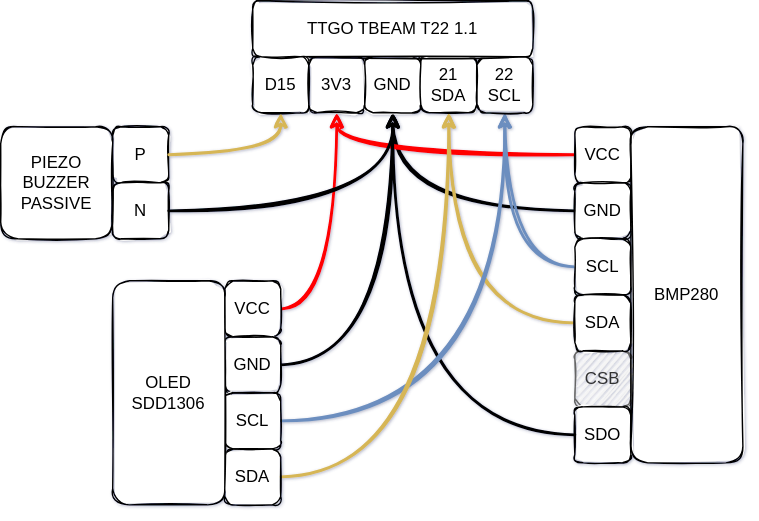
Before: docs/tbeam_1.drawio.svg, a diagram exported from draw.io (flavioti/vario). Source tidied: cells renumbered, new cells last; positions are measured from the earlier drawing's top-left corner, leaving out a move shared by most shapes. Source of this version:
```xml
<mxGraphModel shadow="1">
  <root>
    <mxCell id="0" />
    <mxCell id="1" parent="0" />
    <mxCell id="2" style="edgeStyle=orthogonalEdgeStyle;jettySize=auto;html=1;strokeWidth=2;curved=1;sketch=1;" parent="1" edge="1" source="19" target="32">
      <mxGeometry relative="1" as="geometry" />
    </mxCell>
    <mxCell id="3" style="edgeStyle=orthogonalEdgeStyle;jettySize=auto;html=1;strokeWidth=2;fillColor=#dae8fc;curved=1;sketch=1;" parent="1" edge="1" source="21" target="32">
      <mxGeometry relative="1" as="geometry" />
    </mxCell>
    <mxCell id="4" style="edgeStyle=orthogonalEdgeStyle;jettySize=auto;html=1;fillColor=#d5e8d4;strokeWidth=2;strokeColor=#FF0000;curved=1;sketch=1;" parent="1" edge="1" source="20" target="31">
      <mxGeometry relative="1" as="geometry" />
    </mxCell>
    <mxCell id="5" style="edgeStyle=orthogonalEdgeStyle;jettySize=auto;html=1;strokeColor=#6c8ebf;strokeWidth=2;entryX=0.5;entryY=1;entryDx=0;entryDy=0;fillColor=#dae8fc;curved=1;sketch=1;" parent="1" edge="1" source="22" target="34">
      <mxGeometry relative="1" as="geometry" />
    </mxCell>
    <mxCell id="6" style="edgeStyle=orthogonalEdgeStyle;jettySize=auto;html=1;strokeColor=#d6b656;strokeWidth=2;fillColor=#fff2cc;curved=1;sketch=1;" parent="1" edge="1" source="23" target="33">
      <mxGeometry relative="1" as="geometry" />
    </mxCell>
    <mxCell id="7" style="edgeStyle=orthogonalEdgeStyle;jettySize=auto;html=1;strokeColor=#FF0000;strokeWidth=2;curved=1;sketch=1;" parent="1" edge="1" source="12" target="31">
      <mxGeometry relative="1" as="geometry" />
    </mxCell>
    <mxCell id="8" style="edgeStyle=orthogonalEdgeStyle;jettySize=auto;html=1;strokeWidth=2;curved=1;sketch=1;" parent="1" edge="1" source="13" target="32">
      <mxGeometry relative="1" as="geometry" />
    </mxCell>
    <mxCell id="9" style="edgeStyle=orthogonalEdgeStyle;jettySize=auto;html=1;strokeWidth=2;curved=1;strokeColor=#6C8EBF;sketch=1;" parent="1" edge="1" source="14" target="34">
      <mxGeometry relative="1" as="geometry" />
    </mxCell>
    <mxCell id="10" style="edgeStyle=orthogonalEdgeStyle;jettySize=auto;html=1;entryX=0.5;entryY=1;entryDx=0;entryDy=0;strokeWidth=2;curved=1;strokeColor=#D6B656;sketch=1;" parent="1" edge="1" source="15" target="33">
      <mxGeometry relative="1" as="geometry" />
    </mxCell>
    <mxCell id="11" style="group;rounded=1;sketch=1;" parent="1" vertex="1">
      <mxGeometry x="80" y="200" width="120" height="160" as="geometry" />
    </mxCell>
    <mxCell id="12" value="VCC" style="whiteSpace=wrap;html=1;rounded=1;sketch=1;" parent="11" vertex="1">
      <mxGeometry x="80" width="40" height="40" as="geometry" />
    </mxCell>
    <mxCell id="13" value="GND" style="whiteSpace=wrap;html=1;rounded=1;sketch=1;" parent="11" vertex="1">
      <mxGeometry x="80" y="40" width="40" height="40" as="geometry" />
    </mxCell>
    <mxCell id="14" value="SCL" style="whiteSpace=wrap;html=1;rounded=1;sketch=1;" parent="11" vertex="1">
      <mxGeometry x="80" y="80" width="40" height="40" as="geometry" />
    </mxCell>
    <mxCell id="15" value="SDA" style="whiteSpace=wrap;html=1;rounded=1;sketch=1;" parent="11" vertex="1">
      <mxGeometry x="80" y="120" width="40" height="40" as="geometry" />
    </mxCell>
    <mxCell id="16" value="OLED&lt;br&gt;SDD1306" style="whiteSpace=wrap;html=1;rounded=1;sketch=1;" parent="11" vertex="1">
      <mxGeometry width="80" height="160" as="geometry" />
    </mxCell>
    <mxCell id="17" style="group;rounded=1;sketch=1;" parent="1" vertex="1">
      <mxGeometry x="410" y="90" width="120" height="240" as="geometry" />
    </mxCell>
    <mxCell id="18" value="CSB" style="whiteSpace=wrap;html=1;rounded=1;sketch=1;fillColor=#f5f5f5;strokeColor=#666666;fontColor=#333333;" parent="17" vertex="1">
      <mxGeometry y="160" width="40" height="40" as="geometry" />
    </mxCell>
    <mxCell id="19" value="SDO" style="whiteSpace=wrap;html=1;rounded=1;sketch=1;" parent="17" vertex="1">
      <mxGeometry y="200" width="40" height="40" as="geometry" />
    </mxCell>
    <mxCell id="20" value="VCC" style="whiteSpace=wrap;html=1;rounded=1;sketch=1;" parent="17" vertex="1">
      <mxGeometry width="40" height="40" as="geometry" />
    </mxCell>
    <mxCell id="21" value="GND" style="whiteSpace=wrap;html=1;rounded=1;sketch=1;" parent="17" vertex="1">
      <mxGeometry y="40" width="40" height="40" as="geometry" />
    </mxCell>
    <mxCell id="22" value="SCL" style="whiteSpace=wrap;html=1;rounded=1;sketch=1;" parent="17" vertex="1">
      <mxGeometry y="80" width="40" height="40" as="geometry" />
    </mxCell>
    <mxCell id="23" value="SDA" style="whiteSpace=wrap;html=1;rounded=1;sketch=1;" parent="17" vertex="1">
      <mxGeometry y="120" width="40" height="40" as="geometry" />
    </mxCell>
    <mxCell id="24" value="BMP280" style="whiteSpace=wrap;html=1;rounded=1;sketch=1;" parent="17" vertex="1">
      <mxGeometry x="40" width="80" height="240" as="geometry" />
    </mxCell>
    <mxCell id="25" style="group;" parent="1" vertex="1">
      <mxGeometry y="90" width="120" height="80" as="geometry" />
    </mxCell>
    <mxCell id="26" value="P" style="whiteSpace=wrap;html=1;rounded=1;sketch=1;" parent="25" vertex="1">
      <mxGeometry x="80" width="40" height="40" as="geometry" />
    </mxCell>
    <mxCell id="27" value="N" style="whiteSpace=wrap;html=1;rounded=1;sketch=1;" parent="25" vertex="1">
      <mxGeometry x="80" y="40" width="40" height="40" as="geometry" />
    </mxCell>
    <mxCell id="28" value="PIEZO BUZZER PASSIVE" style="whiteSpace=wrap;html=1;rounded=1;sketch=1;" parent="25" vertex="1">
      <mxGeometry width="80" height="80" as="geometry" />
    </mxCell>
    <mxCell id="29" style="edgeStyle=orthogonalEdgeStyle;jettySize=auto;html=1;strokeWidth=2;curved=1;sketch=1;" parent="1" edge="1" source="27" target="32">
      <mxGeometry relative="1" as="geometry" />
    </mxCell>
    <mxCell id="30" style="group;" parent="1" vertex="1">
      <mxGeometry x="180" width="200" height="80" as="geometry" />
    </mxCell>
    <mxCell id="31" value="3V3" style="whiteSpace=wrap;html=1;rounded=1;sketch=1;" parent="30" vertex="1">
      <mxGeometry x="40" y="40" width="40" height="40" as="geometry" />
    </mxCell>
    <mxCell id="32" value="GND" style="whiteSpace=wrap;html=1;rounded=1;sketch=1;" parent="30" vertex="1">
      <mxGeometry x="80" y="40" width="40" height="40" as="geometry" />
    </mxCell>
    <mxCell id="33" value="21&lt;br&gt;SDA" style="whiteSpace=wrap;html=1;rounded=1;sketch=1;" parent="30" vertex="1">
      <mxGeometry x="120" y="40" width="40" height="40" as="geometry" />
    </mxCell>
    <mxCell id="34" value="22&lt;br&gt;SCL" style="whiteSpace=wrap;html=1;rounded=1;sketch=1;" parent="30" vertex="1">
      <mxGeometry x="160" y="40" width="40" height="40" as="geometry" />
    </mxCell>
    <mxCell id="35" value="TTGO TBEAM T22 1.1" style="whiteSpace=wrap;html=1;rounded=1;sketch=1;" parent="30" vertex="1">
      <mxGeometry width="200" height="40" as="geometry" />
    </mxCell>
    <mxCell id="36" value="D15" style="whiteSpace=wrap;html=1;rounded=1;sketch=1;" parent="30" vertex="1">
      <mxGeometry y="40" width="40" height="40" as="geometry" />
    </mxCell>
    <mxCell id="37" style="edgeStyle=orthogonalEdgeStyle;jettySize=auto;html=1;strokeWidth=2;curved=1;strokeColor=#D6B656;sketch=1;" parent="1" edge="1" source="26" target="36">
      <mxGeometry relative="1" as="geometry" />
    </mxCell>
  </root>
</mxGraphModel>
```
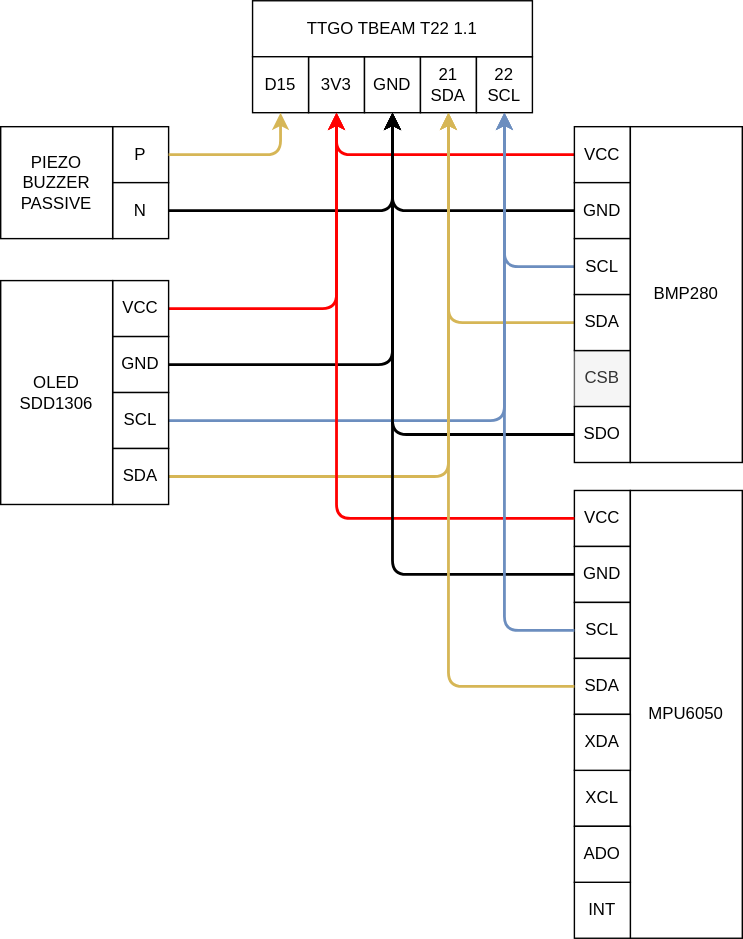
Later version of the same file.

Commit message:
add mpu6050 sensor do diagram

Change to the diagram source:
```diff
@@ -1,114 +1,153 @@
-<mxGraphModel shadow="1">
+<mxGraphModel>
   <root>
     <mxCell id="0" />
     <mxCell id="1" parent="0" />
-    <mxCell id="2" style="edgeStyle=orthogonalEdgeStyle;jettySize=auto;html=1;strokeWidth=2;curved=1;sketch=1;" parent="1" edge="1" source="19" target="32">
+    <mxCell id="2" style="edgeStyle=orthogonalEdgeStyle;jettySize=auto;html=1;strokeWidth=2;" parent="1" edge="1" source="19" target="32">
       <mxGeometry relative="1" as="geometry" />
     </mxCell>
-    <mxCell id="3" style="edgeStyle=orthogonalEdgeStyle;jettySize=auto;html=1;strokeWidth=2;fillColor=#dae8fc;curved=1;sketch=1;" parent="1" edge="1" source="21" target="32">
+    <mxCell id="3" style="edgeStyle=orthogonalEdgeStyle;jettySize=auto;html=1;strokeWidth=2;fillColor=#dae8fc;" parent="1" edge="1" source="21" target="32">
       <mxGeometry relative="1" as="geometry" />
     </mxCell>
-    <mxCell id="4" style="edgeStyle=orthogonalEdgeStyle;jettySize=auto;html=1;fillColor=#d5e8d4;strokeWidth=2;strokeColor=#FF0000;curved=1;sketch=1;" parent="1" edge="1" source="20" target="31">
+    <mxCell id="4" style="edgeStyle=orthogonalEdgeStyle;jettySize=auto;html=1;fillColor=#d5e8d4;strokeWidth=2;strokeColor=#FF0000;" parent="1" edge="1" source="20" target="31">
       <mxGeometry relative="1" as="geometry" />
     </mxCell>
-    <mxCell id="5" style="edgeStyle=orthogonalEdgeStyle;jettySize=auto;html=1;strokeColor=#6c8ebf;strokeWidth=2;entryX=0.5;entryY=1;entryDx=0;entryDy=0;fillColor=#dae8fc;curved=1;sketch=1;" parent="1" edge="1" source="22" target="34">
+    <mxCell id="5" style="edgeStyle=orthogonalEdgeStyle;jettySize=auto;html=1;strokeColor=#6c8ebf;strokeWidth=2;entryX=0.5;entryY=1;entryDx=0;entryDy=0;fillColor=#dae8fc;" parent="1" edge="1" source="22" target="34">
       <mxGeometry relative="1" as="geometry" />
     </mxCell>
-    <mxCell id="6" style="edgeStyle=orthogonalEdgeStyle;jettySize=auto;html=1;strokeColor=#d6b656;strokeWidth=2;fillColor=#fff2cc;curved=1;sketch=1;" parent="1" edge="1" source="23" target="33">
+    <mxCell id="6" style="edgeStyle=orthogonalEdgeStyle;jettySize=auto;html=1;strokeColor=#d6b656;strokeWidth=2;fillColor=#fff2cc;" parent="1" edge="1" source="23" target="33">
       <mxGeometry relative="1" as="geometry" />
     </mxCell>
-    <mxCell id="7" style="edgeStyle=orthogonalEdgeStyle;jettySize=auto;html=1;strokeColor=#FF0000;strokeWidth=2;curved=1;sketch=1;" parent="1" edge="1" source="12" target="31">
+    <mxCell id="7" style="edgeStyle=orthogonalEdgeStyle;jettySize=auto;html=1;strokeColor=#FF0000;strokeWidth=2;" parent="1" edge="1" source="12" target="31">
       <mxGeometry relative="1" as="geometry" />
     </mxCell>
-    <mxCell id="8" style="edgeStyle=orthogonalEdgeStyle;jettySize=auto;html=1;strokeWidth=2;curved=1;sketch=1;" parent="1" edge="1" source="13" target="32">
+    <mxCell id="8" style="edgeStyle=orthogonalEdgeStyle;jettySize=auto;html=1;strokeWidth=2;" parent="1" edge="1" source="13" target="32">
       <mxGeometry relative="1" as="geometry" />
     </mxCell>
-    <mxCell id="9" style="edgeStyle=orthogonalEdgeStyle;jettySize=auto;html=1;strokeWidth=2;curved=1;strokeColor=#6C8EBF;sketch=1;" parent="1" edge="1" source="14" target="34">
+    <mxCell id="9" style="edgeStyle=orthogonalEdgeStyle;jettySize=auto;html=1;strokeWidth=2;strokeColor=#6C8EBF;" parent="1" edge="1" source="14" target="34">
       <mxGeometry relative="1" as="geometry" />
     </mxCell>
-    <mxCell id="10" style="edgeStyle=orthogonalEdgeStyle;jettySize=auto;html=1;entryX=0.5;entryY=1;entryDx=0;entryDy=0;strokeWidth=2;curved=1;strokeColor=#D6B656;sketch=1;" parent="1" edge="1" source="15" target="33">
+    <mxCell id="10" style="edgeStyle=orthogonalEdgeStyle;jettySize=auto;html=1;entryX=0.5;entryY=1;entryDx=0;entryDy=0;strokeWidth=2;strokeColor=#D6B656;" parent="1" edge="1" source="15" target="33">
       <mxGeometry relative="1" as="geometry" />
     </mxCell>
-    <mxCell id="11" style="group;rounded=1;sketch=1;" parent="1" vertex="1">
-      <mxGeometry x="80" y="200" width="120" height="160" as="geometry" />
+    <mxCell id="11" style="group;" parent="1" vertex="1">
+      <mxGeometry y="200" width="120" height="160" as="geometry" />
     </mxCell>
-    <mxCell id="12" value="VCC" style="whiteSpace=wrap;html=1;rounded=1;sketch=1;" parent="11" vertex="1">
+    <mxCell id="12" value="VCC" style="whiteSpace=wrap;html=1;" parent="11" vertex="1">
       <mxGeometry x="80" width="40" height="40" as="geometry" />
     </mxCell>
-    <mxCell id="13" value="GND" style="whiteSpace=wrap;html=1;rounded=1;sketch=1;" parent="11" vertex="1">
+    <mxCell id="13" value="GND" style="whiteSpace=wrap;html=1;" parent="11" vertex="1">
       <mxGeometry x="80" y="40" width="40" height="40" as="geometry" />
     </mxCell>
-    <mxCell id="14" value="SCL" style="whiteSpace=wrap;html=1;rounded=1;sketch=1;" parent="11" vertex="1">
+    <mxCell id="14" value="SCL" style="whiteSpace=wrap;html=1;" parent="11" vertex="1">
       <mxGeometry x="80" y="80" width="40" height="40" as="geometry" />
     </mxCell>
-    <mxCell id="15" value="SDA" style="whiteSpace=wrap;html=1;rounded=1;sketch=1;" parent="11" vertex="1">
+    <mxCell id="15" value="SDA" style="whiteSpace=wrap;html=1;" parent="11" vertex="1">
       <mxGeometry x="80" y="120" width="40" height="40" as="geometry" />
     </mxCell>
-    <mxCell id="16" value="OLED&lt;br&gt;SDD1306" style="whiteSpace=wrap;html=1;rounded=1;sketch=1;" parent="11" vertex="1">
+    <mxCell id="16" value="OLED&lt;br&gt;SDD1306" style="whiteSpace=wrap;html=1;" parent="11" vertex="1">
       <mxGeometry width="80" height="160" as="geometry" />
     </mxCell>
-    <mxCell id="17" style="group;rounded=1;sketch=1;" parent="1" vertex="1">
+    <mxCell id="17" style="group;" parent="1" vertex="1">
       <mxGeometry x="410" y="90" width="120" height="240" as="geometry" />
     </mxCell>
-    <mxCell id="18" value="CSB" style="whiteSpace=wrap;html=1;rounded=1;sketch=1;fillColor=#f5f5f5;strokeColor=#666666;fontColor=#333333;" parent="17" vertex="1">
+    <mxCell id="18" value="CSB" style="whiteSpace=wrap;html=1;fillColor=#f5f5f5;strokeColor=#666666;fontColor=#333333;" parent="17" vertex="1">
       <mxGeometry y="160" width="40" height="40" as="geometry" />
     </mxCell>
-    <mxCell id="19" value="SDO" style="whiteSpace=wrap;html=1;rounded=1;sketch=1;" parent="17" vertex="1">
+    <mxCell id="19" value="SDO" style="whiteSpace=wrap;html=1;" parent="17" vertex="1">
       <mxGeometry y="200" width="40" height="40" as="geometry" />
     </mxCell>
-    <mxCell id="20" value="VCC" style="whiteSpace=wrap;html=1;rounded=1;sketch=1;" parent="17" vertex="1">
+    <mxCell id="20" value="VCC" style="whiteSpace=wrap;html=1;" parent="17" vertex="1">
       <mxGeometry width="40" height="40" as="geometry" />
     </mxCell>
-    <mxCell id="21" value="GND" style="whiteSpace=wrap;html=1;rounded=1;sketch=1;" parent="17" vertex="1">
+    <mxCell id="21" value="GND" style="whiteSpace=wrap;html=1;" parent="17" vertex="1">
       <mxGeometry y="40" width="40" height="40" as="geometry" />
     </mxCell>
-    <mxCell id="22" value="SCL" style="whiteSpace=wrap;html=1;rounded=1;sketch=1;" parent="17" vertex="1">
+    <mxCell id="22" value="SCL" style="whiteSpace=wrap;html=1;" parent="17" vertex="1">
       <mxGeometry y="80" width="40" height="40" as="geometry" />
     </mxCell>
-    <mxCell id="23" value="SDA" style="whiteSpace=wrap;html=1;rounded=1;sketch=1;" parent="17" vertex="1">
+    <mxCell id="23" value="SDA" style="whiteSpace=wrap;html=1;" parent="17" vertex="1">
       <mxGeometry y="120" width="40" height="40" as="geometry" />
     </mxCell>
-    <mxCell id="24" value="BMP280" style="whiteSpace=wrap;html=1;rounded=1;sketch=1;" parent="17" vertex="1">
+    <mxCell id="24" value="BMP280" style="whiteSpace=wrap;html=1;" parent="17" vertex="1">
       <mxGeometry x="40" width="80" height="240" as="geometry" />
     </mxCell>
     <mxCell id="25" style="group;" parent="1" vertex="1">
       <mxGeometry y="90" width="120" height="80" as="geometry" />
     </mxCell>
-    <mxCell id="26" value="P" style="whiteSpace=wrap;html=1;rounded=1;sketch=1;" parent="25" vertex="1">
+    <mxCell id="26" value="P" style="whiteSpace=wrap;html=1;" parent="25" vertex="1">
       <mxGeometry x="80" width="40" height="40" as="geometry" />
     </mxCell>
-    <mxCell id="27" value="N" style="whiteSpace=wrap;html=1;rounded=1;sketch=1;" parent="25" vertex="1">
+    <mxCell id="27" value="N" style="whiteSpace=wrap;html=1;" parent="25" vertex="1">
       <mxGeometry x="80" y="40" width="40" height="40" as="geometry" />
     </mxCell>
-    <mxCell id="28" value="PIEZO BUZZER PASSIVE" style="whiteSpace=wrap;html=1;rounded=1;sketch=1;" parent="25" vertex="1">
+    <mxCell id="28" value="PIEZO BUZZER PASSIVE" style="whiteSpace=wrap;html=1;" parent="25" vertex="1">
       <mxGeometry width="80" height="80" as="geometry" />
     </mxCell>
-    <mxCell id="29" style="edgeStyle=orthogonalEdgeStyle;jettySize=auto;html=1;strokeWidth=2;curved=1;sketch=1;" parent="1" edge="1" source="27" target="32">
+    <mxCell id="29" style="edgeStyle=orthogonalEdgeStyle;jettySize=auto;html=1;strokeWidth=2;" parent="1" edge="1" source="27" target="32">
       <mxGeometry relative="1" as="geometry" />
     </mxCell>
     <mxCell id="30" style="group;" parent="1" vertex="1">
       <mxGeometry x="180" width="200" height="80" as="geometry" />
     </mxCell>
-    <mxCell id="31" value="3V3" style="whiteSpace=wrap;html=1;rounded=1;sketch=1;" parent="30" vertex="1">
+    <mxCell id="31" value="3V3" style="whiteSpace=wrap;html=1;" parent="30" vertex="1">
       <mxGeometry x="40" y="40" width="40" height="40" as="geometry" />
     </mxCell>
-    <mxCell id="32" value="GND" style="whiteSpace=wrap;html=1;rounded=1;sketch=1;" parent="30" vertex="1">
+    <mxCell id="32" value="GND" style="whiteSpace=wrap;html=1;" parent="30" vertex="1">
       <mxGeometry x="80" y="40" width="40" height="40" as="geometry" />
     </mxCell>
-    <mxCell id="33" value="21&lt;br&gt;SDA" style="whiteSpace=wrap;html=1;rounded=1;sketch=1;" parent="30" vertex="1">
+    <mxCell id="33" value="21&lt;br&gt;SDA" style="whiteSpace=wrap;html=1;" parent="30" vertex="1">
       <mxGeometry x="120" y="40" width="40" height="40" as="geometry" />
     </mxCell>
-    <mxCell id="34" value="22&lt;br&gt;SCL" style="whiteSpace=wrap;html=1;rounded=1;sketch=1;" parent="30" vertex="1">
+    <mxCell id="34" value="22&lt;br&gt;SCL" style="whiteSpace=wrap;html=1;" parent="30" vertex="1">
       <mxGeometry x="160" y="40" width="40" height="40" as="geometry" />
     </mxCell>
-    <mxCell id="35" value="TTGO TBEAM T22 1.1" style="whiteSpace=wrap;html=1;rounded=1;sketch=1;" parent="30" vertex="1">
+    <mxCell id="35" value="TTGO TBEAM T22 1.1" style="whiteSpace=wrap;html=1;" parent="30" vertex="1">
       <mxGeometry width="200" height="40" as="geometry" />
     </mxCell>
-    <mxCell id="36" value="D15" style="whiteSpace=wrap;html=1;rounded=1;sketch=1;" parent="30" vertex="1">
+    <mxCell id="36" value="D15" style="whiteSpace=wrap;html=1;" parent="30" vertex="1">
       <mxGeometry y="40" width="40" height="40" as="geometry" />
     </mxCell>
-    <mxCell id="37" style="edgeStyle=orthogonalEdgeStyle;jettySize=auto;html=1;strokeWidth=2;curved=1;strokeColor=#D6B656;sketch=1;" parent="1" edge="1" source="26" target="36">
+    <mxCell id="37" style="edgeStyle=orthogonalEdgeStyle;jettySize=auto;html=1;strokeWidth=2;strokeColor=#D6B656;" parent="1" edge="1" source="26" target="36">
       <mxGeometry relative="1" as="geometry" />
     </mxCell>
+    <mxCell id="38" value="XCL" style="whiteSpace=wrap;html=1;" parent="1" vertex="1">
+      <mxGeometry x="410" y="550" width="40" height="40" as="geometry" />
+    </mxCell>
+    <mxCell id="39" value="VCC" style="whiteSpace=wrap;html=1;" parent="1" vertex="1">
+      <mxGeometry x="410" y="350" width="40" height="40" as="geometry" />
+    </mxCell>
+    <mxCell id="40" value="GND" style="whiteSpace=wrap;html=1;" parent="1" vertex="1">
+      <mxGeometry x="410" y="390" width="40" height="40" as="geometry" />
+    </mxCell>
+    <mxCell id="41" value="SCL" style="whiteSpace=wrap;html=1;" parent="1" vertex="1">
+      <mxGeometry x="410" y="430" width="40" height="40" as="geometry" />
+    </mxCell>
+    <mxCell id="42" value="SDA" style="whiteSpace=wrap;html=1;" parent="1" vertex="1">
+      <mxGeometry x="410" y="470" width="40" height="40" as="geometry" />
+    </mxCell>
+    <mxCell id="43" value="MPU6050" style="whiteSpace=wrap;html=1;" parent="1" vertex="1">
+      <mxGeometry x="450" y="350" width="80" height="320" as="geometry" />
+    </mxCell>
+    <mxCell id="44" value="XDA" style="whiteSpace=wrap;html=1;" parent="1" vertex="1">
+      <mxGeometry x="410" y="510" width="40" height="40" as="geometry" />
+    </mxCell>
+    <mxCell id="45" value="INT" style="whiteSpace=wrap;html=1;" parent="1" vertex="1">
+      <mxGeometry x="410" y="630" width="40" height="40" as="geometry" />
+    </mxCell>
+    <mxCell id="46" value="ADO" style="whiteSpace=wrap;html=1;" parent="1" vertex="1">
+      <mxGeometry x="410" y="590" width="40" height="40" as="geometry" />
+    </mxCell>
+    <mxCell id="47" style="edgeStyle=orthogonalEdgeStyle;jettySize=auto;html=1;strokeColor=#FF0000;strokeWidth=2;" parent="1" edge="1" source="39" target="31">
+      <mxGeometry relative="1" as="geometry" />
+    </mxCell>
+    <mxCell id="48" style="edgeStyle=orthogonalEdgeStyle;jettySize=auto;html=1;strokeWidth=2;" parent="1" edge="1" source="40" target="32">
+      <mxGeometry relative="1" as="geometry" />
+    </mxCell>
+    <mxCell id="49" style="edgeStyle=orthogonalEdgeStyle;jettySize=auto;html=1;strokeColor=#6c8ebf;strokeWidth=2;fillColor=#dae8fc;" parent="1" edge="1" source="41" target="34">
+      <mxGeometry relative="1" as="geometry" />
+    </mxCell>
+    <mxCell id="50" style="edgeStyle=orthogonalEdgeStyle;jettySize=auto;html=1;strokeWidth=2;strokeColor=#D6B656;" parent="1" edge="1" source="42" target="33">
+      <mxGeometry relative="1" as="geometry" />
+    </mxCell>
   </root>
 </mxGraphModel>
```
